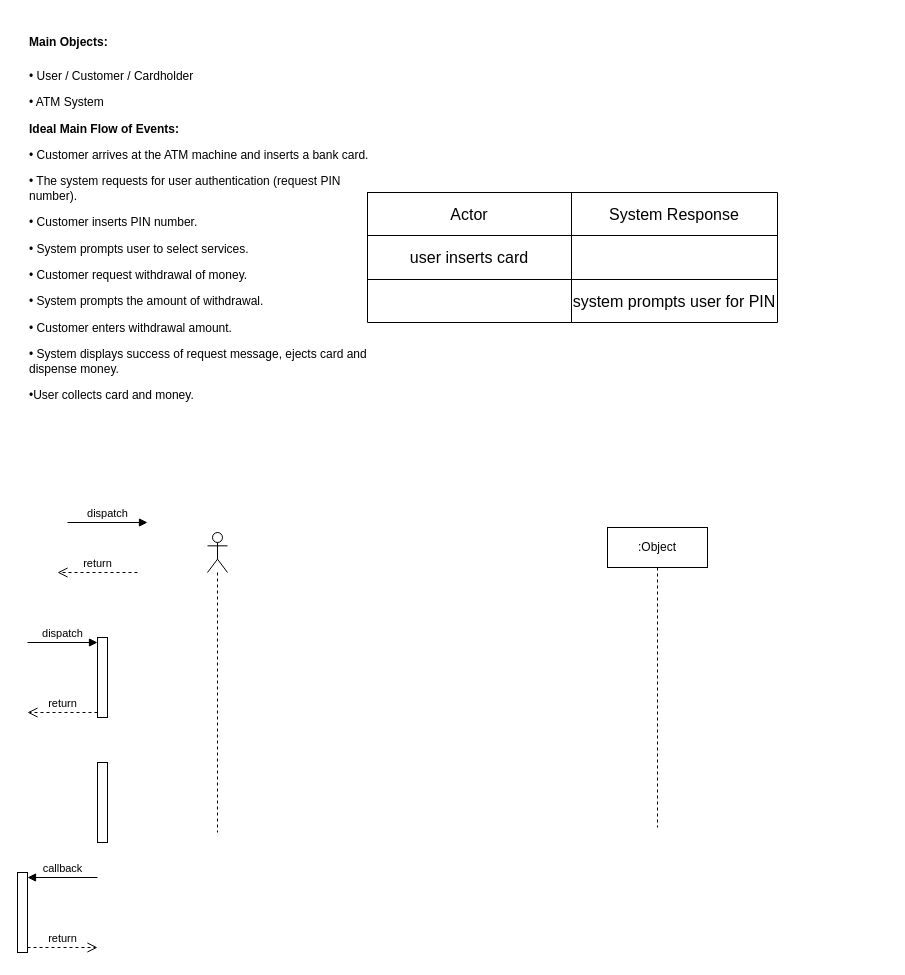
The draw.io diagram finals-sequence-diagram.drawio in natasha-kiara/use-case-diagrams, before the edit. Source tidied: cells renumbered, new cells numbered last; positions are measured from the earlier drawing's top-left corner, leaving out a move shared by most shapes. Both pictures are drawn from the tidied source at 100%, with x=0, y=0 at pixel (17, 17).
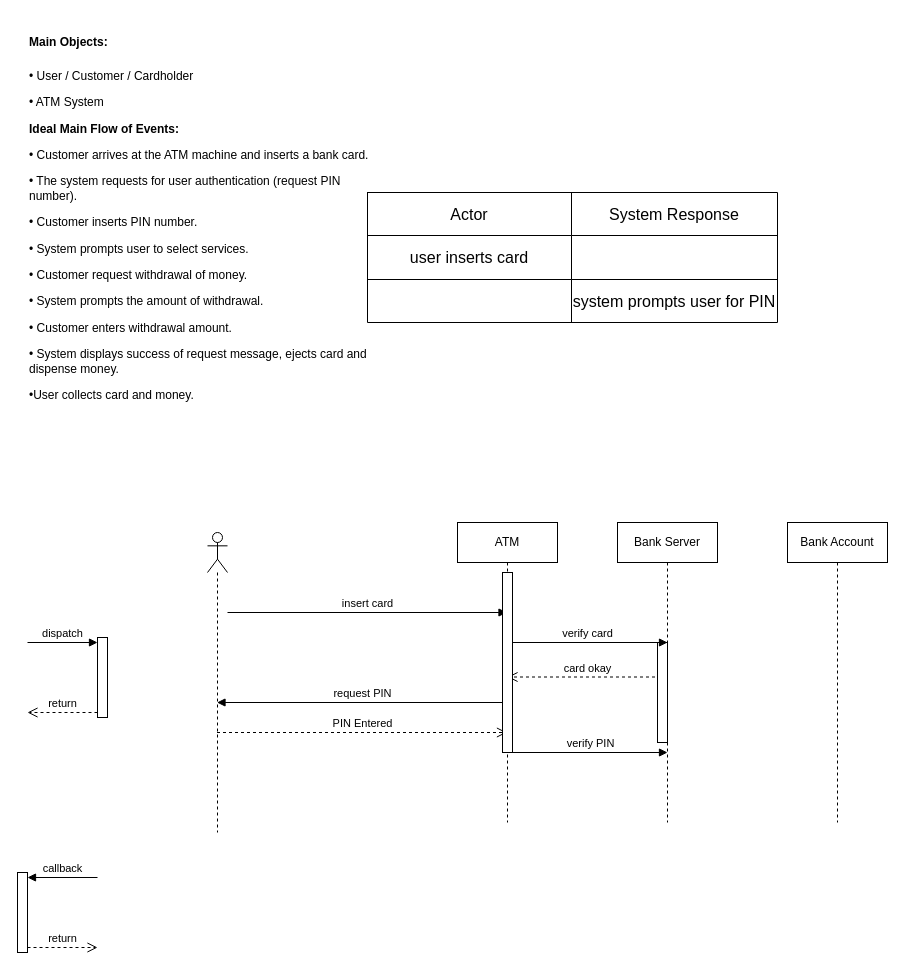
The same page after the edit.

The edit, as a diff of the source:
```diff
@@
-    <mxCell id="14" value=":Object" style="shape=umlLifeline;perimeter=lifelinePerimeter;whiteSpace=wrap;html=1;outlineConnect=0;portConstraint=eastwest;newEdgeStyle={&quot;curved&quot;:0,&quot;rounded&quot;:0};" parent="1" vertex="1">
-      <mxGeometry x="590" y="510" width="100" height="300" as="geometry" />
+    <mxCell id="14" value="ATM" style="shape=umlLifeline;perimeter=lifelinePerimeter;whiteSpace=wrap;html=1;outlineConnect=0;portConstraint=eastwest;newEdgeStyle={&quot;curved&quot;:0,&quot;rounded&quot;:0};" parent="1" vertex="1">
+      <mxGeometry x="440" y="505" width="100" height="300" as="geometry" />
     </mxCell>
@@
-    <mxCell id="18" style="html=1;points=[[0,0,0,0,5],[0,1,0,0,-5],[1,0,0,0,5],[1,1,0,0,-5]];perimeter=orthogonalPerimeter;outlineConnect=0;targetShapes=umlLifeline;portConstraint=eastwest;newEdgeStyle={&quot;curved&quot;:0,&quot;rounded&quot;:0};" parent="1" vertex="1">
-      <mxGeometry x="80" y="745" width="10" height="80" as="geometry" />
-    </mxCell>
-    <mxCell id="19" value="return" style="html=1;verticalAlign=bottom;endArrow=open;dashed=1;endSize=8;curved=0;rounded=0;" parent="1" edge="1">
+    <mxCell id="19" value="card okay" style="html=1;verticalAlign=bottom;endArrow=open;dashed=1;endSize=8;curved=0;rounded=0;" parent="1" edge="1" source="24">
       <mxGeometry relative="1" as="geometry">
-        <mxPoint x="120" y="555" as="sourcePoint" />
-        <mxPoint x="40" y="555" as="targetPoint" />
+        <mxPoint x="490" y="659.5" as="targetPoint" />
       </mxGeometry>
     </mxCell>
-    <mxCell id="20" value="dispatch" style="html=1;verticalAlign=bottom;endArrow=block;curved=0;rounded=0;" parent="1" edge="1">
+    <mxCell id="20" value="insert card" style="html=1;verticalAlign=bottom;endArrow=block;curved=0;rounded=0;" parent="1" edge="1" target="14">
       <mxGeometry relative="1" as="geometry">
-        <mxPoint x="50" y="505" as="sourcePoint" />
-        <mxPoint x="130" y="505" as="targetPoint" />
+        <mxPoint x="210" y="595" as="sourcePoint" />
       </mxGeometry>
     </mxCell>
@@
+    <mxCell id="24" value="Bank Server" style="shape=umlLifeline;perimeter=lifelinePerimeter;whiteSpace=wrap;html=1;outlineConnect=0;portConstraint=eastwest;newEdgeStyle={&quot;curved&quot;:0,&quot;rounded&quot;:0};" parent="1" vertex="1">
+      <mxGeometry x="600" y="505" width="100" height="300" as="geometry" />
+    </mxCell>
+    <mxCell id="25" style="html=1;perimeter=orthogonalPerimeter;targetShapes=umlLifeline;newEdgeStyle={&quot;curved&quot;:0,&quot;rounded&quot;:0};" parent="24" vertex="1">
+      <mxGeometry x="40" y="120" width="10" height="100" as="geometry" />
+    </mxCell>
+    <mxCell id="26" value="Bank Account" style="shape=umlLifeline;perimeter=lifelinePerimeter;whiteSpace=wrap;html=1;newEdgeStyle={&quot;curved&quot;:0,&quot;rounded&quot;:0};" parent="1" vertex="1">
+      <mxGeometry x="770" y="505" width="100" height="300" as="geometry" />
+    </mxCell>
+    <mxCell id="27" value="verify card" style="html=1;verticalAlign=bottom;endArrow=block;curved=0;rounded=0;" parent="1" edge="1">
+      <mxGeometry relative="1" as="geometry">
+        <mxPoint x="490" y="625" as="sourcePoint" />
+        <mxPoint x="650" y="625" as="targetPoint" />
+      </mxGeometry>
+    </mxCell>
+    <mxCell id="28" value="request PIN" style="html=1;verticalAlign=bottom;endArrow=block;curved=0;rounded=0;" parent="1" edge="1">
+      <mxGeometry relative="1" as="geometry">
+        <mxPoint x="489.5" y="685" as="sourcePoint" />
+        <mxPoint x="199.5" y="685" as="targetPoint" />
+      </mxGeometry>
+    </mxCell>
+    <mxCell id="29" value="PIN Entered" style="html=1;verticalAlign=bottom;endArrow=open;dashed=1;endSize=8;curved=0;rounded=0;" parent="1" edge="1">
+      <mxGeometry relative="1" as="geometry">
+        <mxPoint x="199.5" y="715" as="sourcePoint" />
+        <mxPoint x="489.5" y="715" as="targetPoint" />
+      </mxGeometry>
+    </mxCell>
+    <mxCell id="30" value="verify PIN" style="html=1;verticalAlign=bottom;endArrow=block;curved=0;rounded=0;" parent="1" edge="1" source="18">
+      <mxGeometry relative="1" as="geometry">
+        <mxPoint x="650" y="735" as="targetPoint" />
+      </mxGeometry>
+    </mxCell>
+    <mxCell id="31" style="html=1;verticalAlign=bottom;endArrow=block;curved=0;rounded=0;" parent="1" edge="1" target="18">
+      <mxGeometry relative="1" as="geometry">
+        <mxPoint x="490" y="735" as="sourcePoint" />
+      </mxGeometry>
+    </mxCell>
+    <mxCell id="18" style="html=1;points=[[0,0,0,0,5],[0,1,0,0,-5],[1,0,0,0,5],[1,1,0,0,-5]];perimeter=orthogonalPerimeter;outlineConnect=0;targetShapes=umlLifeline;portConstraint=eastwest;newEdgeStyle={&quot;curved&quot;:0,&quot;rounded&quot;:0};" parent="1" vertex="1">
+      <mxGeometry x="485" y="555" width="10" height="180" as="geometry" />
+    </mxCell>
```
